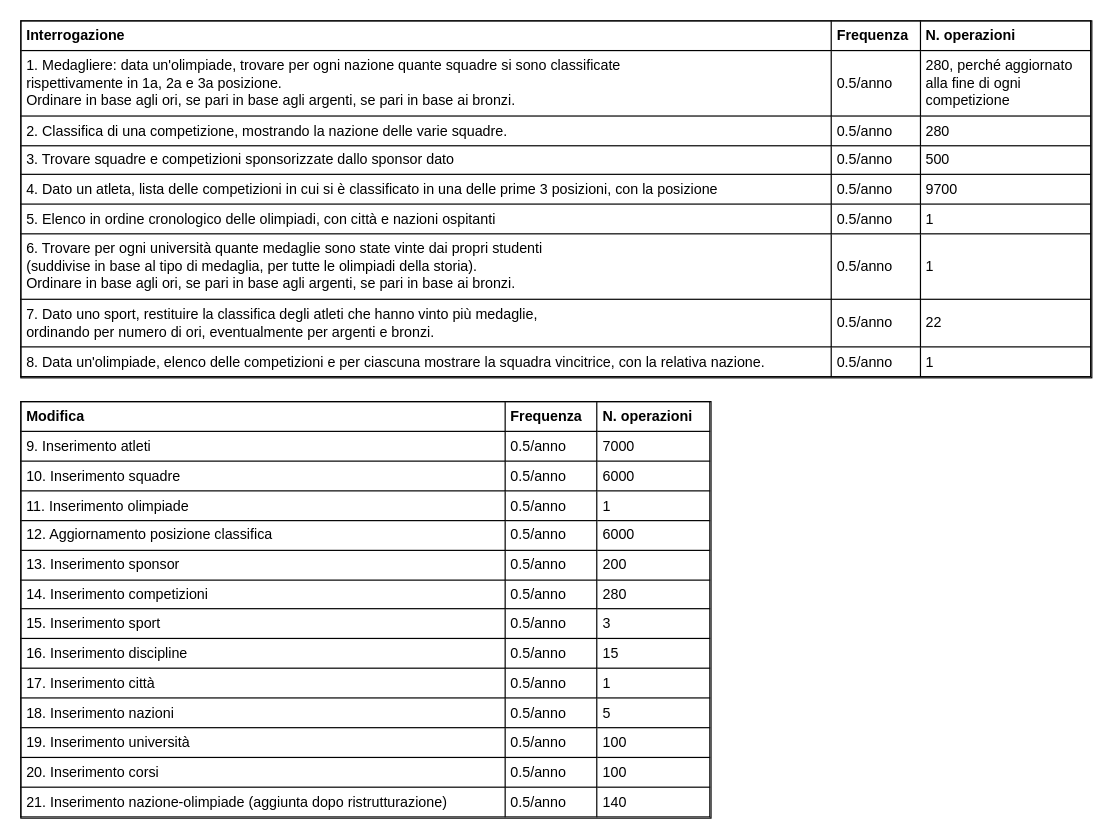
Earlier version of the draw.io diagram page "Operazioni" (6 of 7) of Olimpiadi studentesche.drawio (giovannivelludo/database-project). Source tidied: cells renumbered, new cells numbered last; positions are measured from the earlier drawing's top-left corner, leaving out a move shared by most shapes. Both pictures are drawn from the tidied source at 119%, with x=0, y=0 at pixel (20, 20).
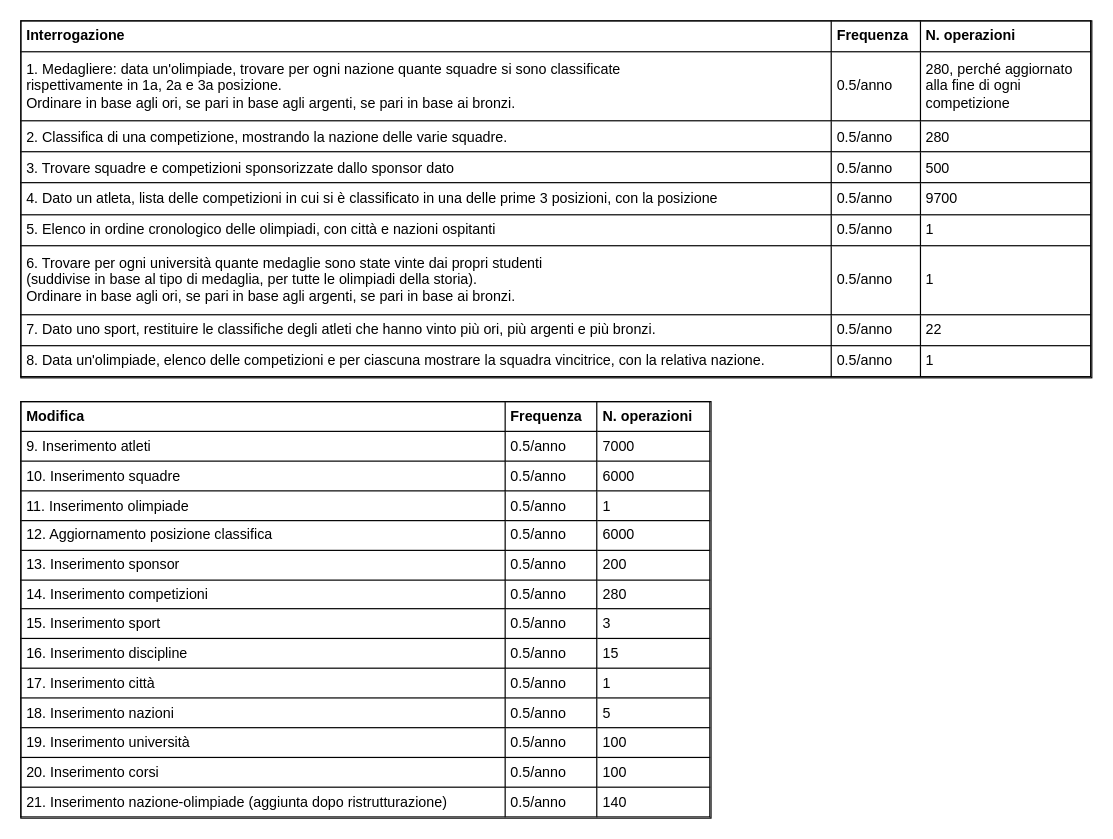
Above is the later version.

Change to the diagram source:
```diff
@@
 <mxGraphModel>
   <root>
     <mxCell id="0" />
     <mxCell id="1" parent="0" />
-    <mxCell id="2" value="&lt;table style=&quot;width: 100% ; height: 100% ; border-collapse: collapse ; border: 1px solid rgb(0 , 0 , 0)&quot; width=&quot;100%&quot; cellpadding=&quot;4&quot; border=&quot;1&quot; align=&quot;center&quot;&gt;&lt;tbody&gt;&lt;tr style=&quot;color: rgb(255 , 255 , 255)&quot;&gt;&lt;th align=&quot;left&quot;&gt;&lt;span&gt;&lt;font color=&quot;#000000&quot;&gt;Interrogazione&lt;br&gt;&lt;/font&gt;&lt;/span&gt;&lt;/th&gt;&lt;th align=&quot;left&quot;&gt;&lt;span&gt;&lt;font color=&quot;#000000&quot;&gt;Frequenza&lt;br&gt;&lt;/font&gt;&lt;/span&gt;&lt;/th&gt;&lt;td&gt;&lt;b&gt;&lt;font color=&quot;#000000&quot;&gt;N. operazioni&lt;/font&gt;&lt;/b&gt;&lt;br&gt;&lt;/td&gt;&lt;/tr&gt;&lt;tr&gt;&lt;td&gt;&lt;span&gt;1. Medagliere: data un'olimpiade, trovare per ogni nazione quante squadre si sono classificate&lt;br&gt;rispettivamente in 1a, 2a e 3a posizione.&lt;br&gt;Ordinare in base agli ori, se pari in base agli argenti, se pari in base ai bronzi.&lt;br&gt;&lt;/span&gt;&lt;/td&gt;&lt;td&gt;&lt;span&gt;0.5/anno&lt;br&gt;&lt;/span&gt;&lt;/td&gt;&lt;td&gt;280, perché aggiornato&lt;br&gt;alla fine di ogni&lt;br&gt;competizione&lt;br&gt;&lt;/td&gt;&lt;/tr&gt;&lt;tr&gt;&lt;td&gt;&lt;span&gt;2. Classifica di una competizione, mostrando la nazione delle varie squadre.&lt;br&gt;&lt;/span&gt;&lt;/td&gt;&lt;td&gt;&lt;span&gt;0.5/anno&lt;br&gt;&lt;/span&gt;&lt;/td&gt;&lt;td&gt;280&lt;br&gt;&lt;/td&gt;&lt;/tr&gt;&lt;tr&gt;&lt;td&gt;&lt;span&gt;3. Trovare squadre e competizioni sponsorizzate dallo sponsor dato&lt;br&gt;&lt;/span&gt;&lt;/td&gt;&lt;td&gt;&lt;span&gt;0.5/anno&lt;br&gt;&lt;/span&gt;&lt;/td&gt;&lt;td&gt;500&lt;br&gt;&lt;/td&gt;&lt;/tr&gt;&lt;tr&gt;&lt;td&gt;&lt;span&gt;4. Dato un atleta, lista delle competizioni in cui si è classificato in una delle prime 3 posizioni, con la posizione&lt;br&gt;&lt;/span&gt;&lt;/td&gt;&lt;td&gt;0.5/anno&lt;br&gt;&lt;/td&gt;&lt;td&gt;9700&lt;br&gt;&lt;/td&gt;&lt;/tr&gt;&lt;tr&gt;&lt;td&gt;5. Elenco in ordine cronologico delle olimpiadi, con città e nazioni ospitanti&lt;br&gt;&lt;/td&gt;&lt;td&gt;0.5/anno&lt;br&gt;&lt;/td&gt;&lt;td&gt;1&lt;br&gt;&lt;/td&gt;&lt;/tr&gt;&lt;tr&gt;&lt;td&gt;&lt;span&gt;6. Trovare per ogni università quante medaglie sono state vinte dai propri studenti&lt;br&gt;(suddivise in base al tipo di medaglia, per tutte le olimpiadi della storia).&lt;br&gt;Ordinare in base agli ori, se pari in base agli argenti, se pari in base ai bronzi.&lt;/span&gt;&lt;/td&gt;&lt;td&gt;0.5/anno&lt;br&gt;&lt;/td&gt;&lt;td&gt;1&lt;br&gt;&lt;/td&gt;&lt;/tr&gt;&lt;tr&gt;&lt;td&gt;7. Dato uno sport, restituire la classifica degli atleti che hanno vinto più medaglie,&lt;br&gt;ordinando per numero di ori, eventualmente per argenti e bronzi.&lt;br&gt;&lt;/td&gt;&lt;td&gt;0.5/anno&lt;br&gt;&lt;/td&gt;&lt;td&gt;22&lt;br&gt;&lt;/td&gt;&lt;/tr&gt;&lt;tr&gt;&lt;td&gt;8. Data un'olimpiade, elenco delle competizioni e per ciascuna mostrare la squadra vincitrice, con la relativa nazione.&lt;br&gt;&lt;/td&gt;&lt;td&gt;0.5/anno&lt;br&gt;&lt;/td&gt;&lt;td&gt;1&lt;br&gt;&lt;/td&gt;&lt;/tr&gt;&lt;/tbody&gt;&lt;/table&gt;" style="text;html=1;strokeColor=#000000;fillColor=#ffffff;overflow=fill;rounded=0;" parent="1" vertex="1">
+    <mxCell id="2" value="&lt;table style=&quot;width: 100% ; height: 100% ; border-collapse: collapse ; border: 1px solid rgb(0 , 0 , 0)&quot; width=&quot;100%&quot; cellpadding=&quot;4&quot; border=&quot;1&quot; align=&quot;center&quot;&gt;&lt;tbody&gt;&lt;tr style=&quot;color: rgb(255 , 255 , 255)&quot;&gt;&lt;th align=&quot;left&quot;&gt;&lt;span&gt;&lt;font color=&quot;#000000&quot;&gt;Interrogazione&lt;br&gt;&lt;/font&gt;&lt;/span&gt;&lt;/th&gt;&lt;th align=&quot;left&quot;&gt;&lt;span&gt;&lt;font color=&quot;#000000&quot;&gt;Frequenza&lt;br&gt;&lt;/font&gt;&lt;/span&gt;&lt;/th&gt;&lt;td&gt;&lt;b&gt;&lt;font color=&quot;#000000&quot;&gt;N. operazioni&lt;/font&gt;&lt;/b&gt;&lt;br&gt;&lt;/td&gt;&lt;/tr&gt;&lt;tr&gt;&lt;td&gt;&lt;span&gt;1. Medagliere: data un'olimpiade, trovare per ogni nazione quante squadre si sono classificate&lt;br&gt;rispettivamente in 1a, 2a e 3a posizione.&lt;br&gt;Ordinare in base agli ori, se pari in base agli argenti, se pari in base ai bronzi.&lt;br&gt;&lt;/span&gt;&lt;/td&gt;&lt;td&gt;&lt;span&gt;0.5/anno&lt;br&gt;&lt;/span&gt;&lt;/td&gt;&lt;td&gt;280, perché aggiornato&lt;br&gt;alla fine di ogni&lt;br&gt;competizione&lt;br&gt;&lt;/td&gt;&lt;/tr&gt;&lt;tr&gt;&lt;td&gt;&lt;span&gt;2. Classifica di una competizione, mostrando la nazione delle varie squadre.&lt;br&gt;&lt;/span&gt;&lt;/td&gt;&lt;td&gt;&lt;span&gt;0.5/anno&lt;br&gt;&lt;/span&gt;&lt;/td&gt;&lt;td&gt;280&lt;br&gt;&lt;/td&gt;&lt;/tr&gt;&lt;tr&gt;&lt;td&gt;&lt;span&gt;3. Trovare squadre e competizioni sponsorizzate dallo sponsor dato&lt;br&gt;&lt;/span&gt;&lt;/td&gt;&lt;td&gt;&lt;span&gt;0.5/anno&lt;br&gt;&lt;/span&gt;&lt;/td&gt;&lt;td&gt;500&lt;br&gt;&lt;/td&gt;&lt;/tr&gt;&lt;tr&gt;&lt;td&gt;&lt;span&gt;4. Dato un atleta, lista delle competizioni in cui si è classificato in una delle prime 3 posizioni, con la posizione&lt;br&gt;&lt;/span&gt;&lt;/td&gt;&lt;td&gt;0.5/anno&lt;br&gt;&lt;/td&gt;&lt;td&gt;9700&lt;br&gt;&lt;/td&gt;&lt;/tr&gt;&lt;tr&gt;&lt;td&gt;5. Elenco in ordine cronologico delle olimpiadi, con città e nazioni ospitanti&lt;br&gt;&lt;/td&gt;&lt;td&gt;0.5/anno&lt;br&gt;&lt;/td&gt;&lt;td&gt;1&lt;br&gt;&lt;/td&gt;&lt;/tr&gt;&lt;tr&gt;&lt;td&gt;&lt;span&gt;6. Trovare per ogni università quante medaglie sono state vinte dai propri studenti&lt;br&gt;(suddivise in base al tipo di medaglia, per tutte le olimpiadi della storia).&lt;br&gt;Ordinare in base agli ori, se pari in base agli argenti, se pari in base ai bronzi.&lt;/span&gt;&lt;/td&gt;&lt;td&gt;0.5/anno&lt;br&gt;&lt;/td&gt;&lt;td&gt;1&lt;br&gt;&lt;/td&gt;&lt;/tr&gt;&lt;tr&gt;&lt;td&gt;7. Dato uno sport, restituire le classifiche degli atleti che hanno vinto più ori, più argenti e più bronzi.&lt;br&gt;&lt;/td&gt;&lt;td&gt;0.5/anno&lt;br&gt;&lt;/td&gt;&lt;td&gt;22&lt;br&gt;&lt;/td&gt;&lt;/tr&gt;&lt;tr&gt;&lt;td&gt;8. Data un'olimpiade, elenco delle competizioni e per ciascuna mostrare la squadra vincitrice, con la relativa nazione.&lt;br&gt;&lt;/td&gt;&lt;td&gt;0.5/anno&lt;br&gt;&lt;/td&gt;&lt;td&gt;1&lt;br&gt;&lt;/td&gt;&lt;/tr&gt;&lt;/tbody&gt;&lt;/table&gt;" style="text;html=1;strokeColor=#000000;fillColor=#ffffff;overflow=fill;rounded=0;" parent="1" vertex="1">
       <mxGeometry width="900" height="300" as="geometry" />
     </mxCell>
     <mxCell id="3" value="&lt;table style=&quot;width: 100% ; height: 100% ; border-collapse: collapse ; border: 1px solid rgb(0 , 0 , 0)&quot; width=&quot;100%&quot; cellpadding=&quot;4&quot; border=&quot;1&quot; align=&quot;left&quot;&gt;&lt;tbody&gt;&lt;tr style=&quot;color: rgb(255 , 255 , 255)&quot;&gt;&lt;th align=&quot;left&quot;&gt;&lt;span&gt;&lt;font color=&quot;#000000&quot;&gt;Modifica&lt;br&gt;&lt;/font&gt;&lt;/span&gt;&lt;/th&gt;&lt;th align=&quot;left&quot;&gt;&lt;span&gt;&lt;font color=&quot;#000000&quot;&gt;Frequenza&lt;br&gt;&lt;/font&gt;&lt;/span&gt;&lt;/th&gt;&lt;td&gt;&lt;b&gt;&lt;font color=&quot;#000000&quot;&gt;N. operazioni&lt;/font&gt;&lt;/b&gt;&lt;br&gt;&lt;/td&gt;&lt;/tr&gt;&lt;tr&gt;&lt;td&gt;&lt;span&gt;9. Inserimento atleti&lt;br&gt;&lt;/span&gt;&lt;/td&gt;&lt;td&gt;&lt;span&gt;0.5/anno&lt;br&gt;&lt;/span&gt;&lt;/td&gt;&lt;td&gt;7000&lt;br&gt;&lt;/td&gt;&lt;/tr&gt;&lt;tr&gt;&lt;td&gt;&lt;span&gt;10. Inserimento squadre&lt;br&gt;&lt;/span&gt;&lt;/td&gt;&lt;td&gt;&lt;span&gt;0.5/anno&lt;br&gt;&lt;/span&gt;&lt;/td&gt;&lt;td&gt;6000&lt;br&gt;&lt;/td&gt;&lt;/tr&gt;&lt;tr&gt;&lt;td&gt;&lt;span&gt;11. Inserimento olimpiade&lt;br&gt;&lt;/span&gt;&lt;/td&gt;&lt;td&gt;&lt;span&gt;0.5/anno&lt;br&gt;&lt;/span&gt;&lt;/td&gt;&lt;td&gt;1&lt;br&gt;&lt;/td&gt;&lt;/tr&gt;&lt;tr&gt;&lt;td&gt;&lt;span&gt;12. Aggiornamento posizione classifica&lt;br&gt;&lt;/span&gt;&lt;/td&gt;&lt;td&gt;0.5/anno&lt;br&gt;&lt;/td&gt;&lt;td&gt;6000&lt;br&gt;&lt;/td&gt;&lt;/tr&gt;&lt;tr&gt;&lt;td&gt;13. Inserimento sponsor&lt;br&gt;&lt;/td&gt;&lt;td&gt;0.5/anno&lt;br&gt;&lt;/td&gt;&lt;td&gt;200&lt;br&gt;&lt;/td&gt;&lt;/tr&gt;&lt;tr&gt;&lt;td&gt;&lt;span&gt;14. Inserimento competizioni&lt;br&gt;&lt;/span&gt;&lt;/td&gt;&lt;td&gt;0.5/anno&lt;br&gt;&lt;/td&gt;&lt;td&gt;280&lt;br&gt;&lt;/td&gt;&lt;/tr&gt;&lt;tr&gt;&lt;td&gt;15. Inserimento sport&lt;br&gt;&lt;/td&gt;&lt;td&gt;&lt;span&gt;0.5/anno&lt;/span&gt;&lt;/td&gt;&lt;td&gt;3&lt;br&gt;&lt;/td&gt;&lt;/tr&gt;&lt;tr&gt;&lt;td&gt;16. Inserimento discipline&lt;br&gt;&lt;/td&gt;&lt;td&gt;&lt;span&gt;0.5/anno&lt;/span&gt;&lt;/td&gt;&lt;td&gt;15&lt;br&gt;&lt;/td&gt;&lt;/tr&gt;&lt;tr&gt;&lt;td&gt;17. Inserimento città&lt;br&gt;&lt;/td&gt;&lt;td&gt;&lt;span&gt;0.5/anno&lt;/span&gt;&lt;/td&gt;&lt;td&gt;1&lt;br&gt;&lt;/td&gt;&lt;/tr&gt;&lt;tr&gt;&lt;td&gt;18. Inserimento nazioni&lt;br&gt;&lt;/td&gt;&lt;td&gt;&lt;span&gt;0.5/anno&lt;/span&gt;&lt;/td&gt;&lt;td&gt;5&lt;br&gt;&lt;/td&gt;&lt;/tr&gt;&lt;tr&gt;&lt;td&gt;19. Inserimento università&lt;br&gt;&lt;/td&gt;&lt;td&gt;&lt;span&gt;0.5/anno&lt;/span&gt;&lt;/td&gt;&lt;td&gt;100&lt;br&gt;&lt;/td&gt;&lt;/tr&gt;&lt;tr&gt;&lt;td&gt;20. Inserimento corsi&lt;br&gt;&lt;/td&gt;&lt;td&gt;&lt;span&gt;0.5/anno&lt;/span&gt;&lt;/td&gt;&lt;td&gt;100&lt;br&gt;&lt;/td&gt;&lt;/tr&gt;&lt;tr&gt;&lt;td&gt;21. Inserimento nazione-olimpiade (aggiunta dopo ristrutturazione)&lt;/td&gt;&lt;td&gt;0.5/anno&lt;/td&gt;&lt;td&gt;140&lt;/td&gt;&lt;/tr&gt;&lt;/tbody&gt;&lt;/table&gt;" style="text;html=1;strokeColor=#000000;fillColor=#ffffff;overflow=fill;rounded=0;" parent="1" vertex="1">
       <mxGeometry y="320" width="580" height="350" as="geometry" />
     </mxCell>
   </root>
 </mxGraphModel>
```
